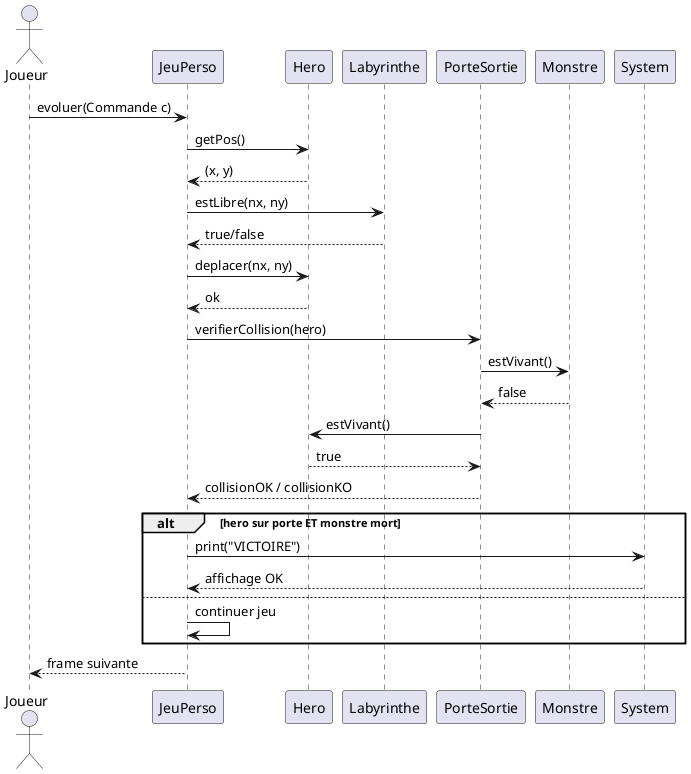
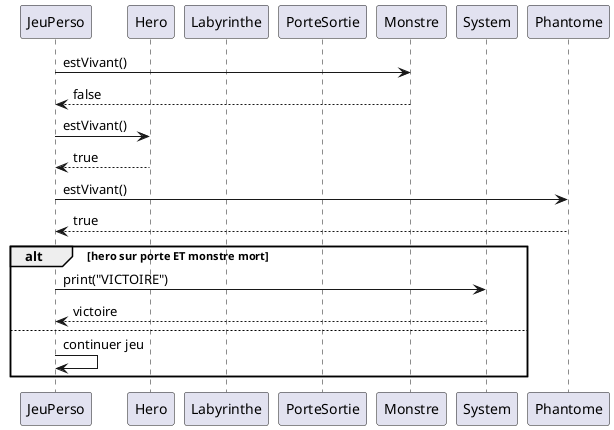
@startuml

- actor Joueur
- participant "JeuPerso" as Jeu
- participant "Hero" as Hero
- participant "Labyrinthe" as Lab
- participant "PorteSortie" as Porte
- participant "Monstre" as Monstre
- participant "System" as Sys

- Joueur -> Jeu : evoluer(Commande c)
+ participant "JeuPerso"
+ participant "Hero"
+ participant "Labyrinthe"
+ participant "PorteSortie"
+ participant "Monstre"
+ participant "System"
+ participant "Phantome"

- Jeu -> Hero : getPos()
- Hero --> Jeu : (x, y)

- Jeu -> Lab : estLibre(nx, ny)
- Lab --> Jeu : true/false

- Jeu -> Hero : deplacer(nx, ny)
- Hero --> Jeu : ok

- Jeu -> Porte : verifierCollision(hero)
- Porte -> Monstre : estVivant()
- Monstre --> Porte : false

- Porte -> Hero : estVivant()
- Hero --> Porte : true

- Porte --> Jeu : collisionOK / collisionKO

+ "JeuPerso" -> Monstre : estVivant()
+ Monstre --> "JeuPerso" : false
+ 
+ JeuPerso -> Hero : estVivant()
+ Hero --> "JeuPerso" : true
+ 
+ "JeuPerso" -> "Phantome":estVivant()
+ "Phantome"--> "JeuPerso":true
alt hero sur porte ET monstre mort
-     Jeu -> Sys : print("VICTOIRE")
-     Sys --> Jeu : affichage OK
+     JeuPerso ->System : print("VICTOIRE")
+     System --> JeuPerso : victoire
else
-     Jeu -> Jeu : continuer jeu
+     JeuPerso -> JeuPerso : continuer jeu
end

- Jeu --> Joueur : frame suivante
+ 

@enduml